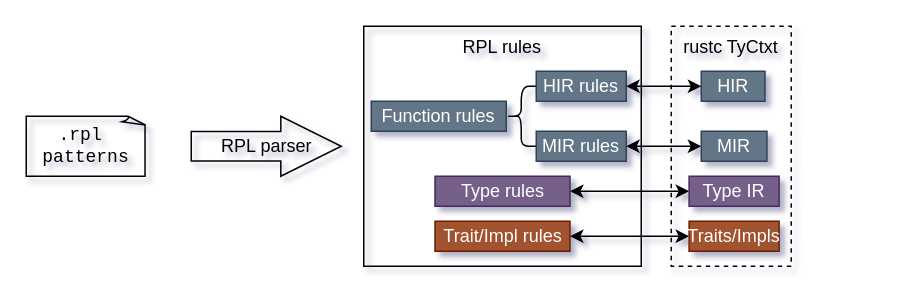
This is page "rpl" (2 of 3) of docs/design-docs/design.drawio from stuuupidcat/RPL, a draw.io file, before an edit. Source tidied: cells renumbered, new cells numbered last; positions are measured from the earlier drawing's top-left corner, leaving out a move shared by most shapes. Both pictures are drawn from the tidied source at 150%, with x=0, y=0 at pixel (26, 26).
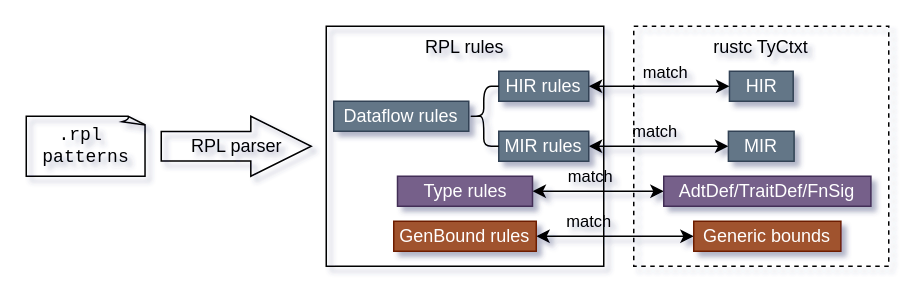
After the change.

Unchanged cells that the change refers to:
```xml
<mxCell id="19" style="endArrow=classic;startArrow=classic;html=1;fontColor=default;entryX=0;entryY=0.5;entryDx=0;entryDy=0;exitX=1;exitY=0.5;exitDx=0;exitDy=0;" parent="1" edge="1" source="10" target="16">
  <mxGeometry relative="1" as="geometry" />
</mxCell>
```

The edit, as a diff of the source:
```diff
@@
     <mxCell id="2" value="rustc TyCtxt" style="whiteSpace=wrap;html=1;verticalAlign=top;fillColor=none;dashed=1;" parent="1" vertex="1">
-      <mxGeometry x="430" width="80" height="160" as="geometry" />
+      <mxGeometry x="405" width="170" height="160" as="geometry" />
     </mxCell>
@@
     <mxCell id="4" value="RPL rules" style="whiteSpace=wrap;html=1;verticalAlign=top;fillColor=none;" parent="1" vertex="1">
-      <mxGeometry x="225" width="185" height="160" as="geometry" />
+      <mxGeometry x="200" width="185" height="160" as="geometry" />
     </mxCell>
-    <mxCell id="5" value="Function rules" style="whiteSpace=wrap;html=1;fillColor=#647687;strokeColor=#314354;fontColor=#ffffff;" parent="1" vertex="1">
-      <mxGeometry x="230" y="50" width="90" height="20" as="geometry" />
+    <mxCell id="5" value="Dataflow rules" style="whiteSpace=wrap;html=1;fillColor=#647687;strokeColor=#314354;fontColor=#ffffff;" parent="1" vertex="1">
+      <mxGeometry x="205" y="50" width="90" height="20" as="geometry" />
     </mxCell>
-    <mxCell id="6" style="edgeStyle=orthogonalEdgeStyle;html=1;fontColor=default;startArrow=classic;startFill=1;" parent="1" edge="1" source="7" target="17">
-      <mxGeometry relative="1" as="geometry" />
+    <mxCell id="6" value="match" style="edgeStyle=orthogonalEdgeStyle;html=1;fontColor=default;startArrow=classic;startFill=1;labelBackgroundColor=none;" parent="1" edge="1" source="7" target="17">
+      <mxGeometry x="-0.14" y="10" relative="1" as="geometry" />
     </mxCell>
     <mxCell id="7" value="Type rules" style="whiteSpace=wrap;html=1;fillColor=#76608a;fontColor=#ffffff;strokeColor=#432D57;" parent="1" vertex="1">
-      <mxGeometry x="272.5" y="100" width="90" height="20" as="geometry" />
+      <mxGeometry x="247.5" y="100" width="90" height="20" as="geometry" />
     </mxCell>
-    <mxCell id="8" style="edgeStyle=orthogonalEdgeStyle;html=1;fontColor=default;startArrow=classic;startFill=1;" parent="1" edge="1" source="9" target="18">
-      <mxGeometry relative="1" as="geometry" />
+    <mxCell id="8" value="match" style="edgeStyle=orthogonalEdgeStyle;html=1;fontColor=default;startArrow=classic;startFill=1;labelBackgroundColor=none;" parent="1" edge="1" source="9" target="18">
+      <mxGeometry x="-0.33" y="10" relative="1" as="geometry" />
     </mxCell>
-    <mxCell id="9" value="Trait/Impl rules" style="whiteSpace=wrap;html=1;fillColor=#a0522d;fontColor=#ffffff;strokeColor=#6D1F00;" parent="1" vertex="1">
-      <mxGeometry x="272.5" y="130" width="90" height="20" as="geometry" />
+    <mxCell id="9" value="GenBound rules" style="whiteSpace=wrap;html=1;fillColor=#a0522d;fontColor=#ffffff;strokeColor=#6D1F00;" parent="1" vertex="1">
+      <mxGeometry x="245" y="130" width="95" height="20" as="geometry" />
     </mxCell>
     <mxCell id="10" value="HIR rules" style="whiteSpace=wrap;html=1;fillColor=#647687;strokeColor=#314354;fontColor=#ffffff;" parent="1" vertex="1">
-      <mxGeometry x="340" y="30" width="60" height="20" as="geometry" />
+      <mxGeometry x="315" y="30" width="60" height="20" as="geometry" />
     </mxCell>
-    <mxCell id="11" style="edgeStyle=orthogonalEdgeStyle;html=1;entryX=0;entryY=0.5;entryDx=0;entryDy=0;fontColor=default;startArrow=classic;startFill=1;" parent="1" edge="1" source="12" target="15">
-      <mxGeometry relative="1" as="geometry" />
+    <mxCell id="11" value="match" style="edgeStyle=orthogonalEdgeStyle;html=1;entryX=0;entryY=0.5;entryDx=0;entryDy=0;fontColor=default;startArrow=classic;startFill=1;labelBackgroundColor=none;" parent="1" edge="1" source="12" target="15">
+      <mxGeometry x="-0.05" y="10" relative="1" as="geometry" />
     </mxCell>
     <mxCell id="12" value="MIR rules" style="whiteSpace=wrap;html=1;fillColor=#647687;strokeColor=#314354;fontColor=#ffffff;" parent="1" vertex="1">
-      <mxGeometry x="340" y="70" width="60" height="20" as="geometry" />
+      <mxGeometry x="315" y="70" width="60" height="20" as="geometry" />
     </mxCell>
     <mxCell id="13" style="shape=curlyBracket;whiteSpace=wrap;html=1;rounded=1;labelPosition=left;verticalLabelPosition=middle;align=right;verticalAlign=middle;shadow=0;glass=0;sketch=0;fontColor=default;fillColor=none;" parent="1" vertex="1">
-      <mxGeometry x="320" y="40" width="20" height="40" as="geometry" />
+      <mxGeometry x="295" y="40" width="20" height="40" as="geometry" />
     </mxCell>
     <mxCell id="14" value="RPL parser" style="html=1;shadow=0;dashed=0;align=center;verticalAlign=middle;shape=mxgraph.arrows2.arrow;dy=0.51;dx=40.29;notch=0;rounded=1;glass=0;sketch=0;fontColor=default;fillColor=none;" parent="1" vertex="1">
-      <mxGeometry x="110" y="60" width="100" height="40" as="geometry" />
+      <mxGeometry x="90" y="60" width="100" height="40" as="geometry" />
     </mxCell>
     <mxCell id="15" value="MIR" style="whiteSpace=wrap;html=1;fillColor=#647687;fontColor=#ffffff;strokeColor=#314354;" parent="1" vertex="1">
-      <mxGeometry x="450" y="70" width="43.8" height="20" as="geometry" />
+      <mxGeometry x="468.1" y="70" width="43.8" height="20" as="geometry" />
     </mxCell>
     <mxCell id="16" value="HIR" style="whiteSpace=wrap;html=1;fillColor=#647687;fontColor=#ffffff;strokeColor=#314354;" parent="1" vertex="1">
-      <mxGeometry x="450" y="30" width="42.5" height="20" as="geometry" />
+      <mxGeometry x="468.8" y="30" width="42.5" height="20" as="geometry" />
     </mxCell>
-    <mxCell id="17" value="Type IR" style="whiteSpace=wrap;html=1;fillColor=#76608a;fontColor=#ffffff;strokeColor=#432D57;" parent="1" vertex="1">
-      <mxGeometry x="441.9" y="100" width="60" height="20" as="geometry" />
+    <mxCell id="17" value="AdtDef/TraitDef/FnSig" style="whiteSpace=wrap;html=1;fillColor=#76608a;fontColor=#ffffff;strokeColor=#432D57;" parent="1" vertex="1">
+      <mxGeometry x="425" y="100" width="138.1" height="20" as="geometry" />
     </mxCell>
-    <mxCell id="18" value="Traits/Impls" style="whiteSpace=wrap;html=1;fillColor=#a0522d;fontColor=#ffffff;strokeColor=#6D1F00;" parent="1" vertex="1">
-      <mxGeometry x="441.9" y="130" width="60" height="20" as="geometry" />
+    <mxCell id="18" value="Generic bounds" style="whiteSpace=wrap;html=1;fillColor=#a0522d;fontColor=#ffffff;strokeColor=#6D1F00;" parent="1" vertex="1">
+      <mxGeometry x="445" y="130" width="98.1" height="20" as="geometry" />
     </mxCell>
@@
+    <mxCell id="20" value="match" style="edgeLabel;html=1;align=center;verticalAlign=middle;fontColor=default;labelBackgroundColor=none;" parent="19" vertex="1">
+      <mxGeometry x="0.29" y="-2" relative="1" as="geometry">
+        <mxPoint x="-11" y="-12" as="offset" />
+      </mxGeometry>
+    </mxCell>
```
